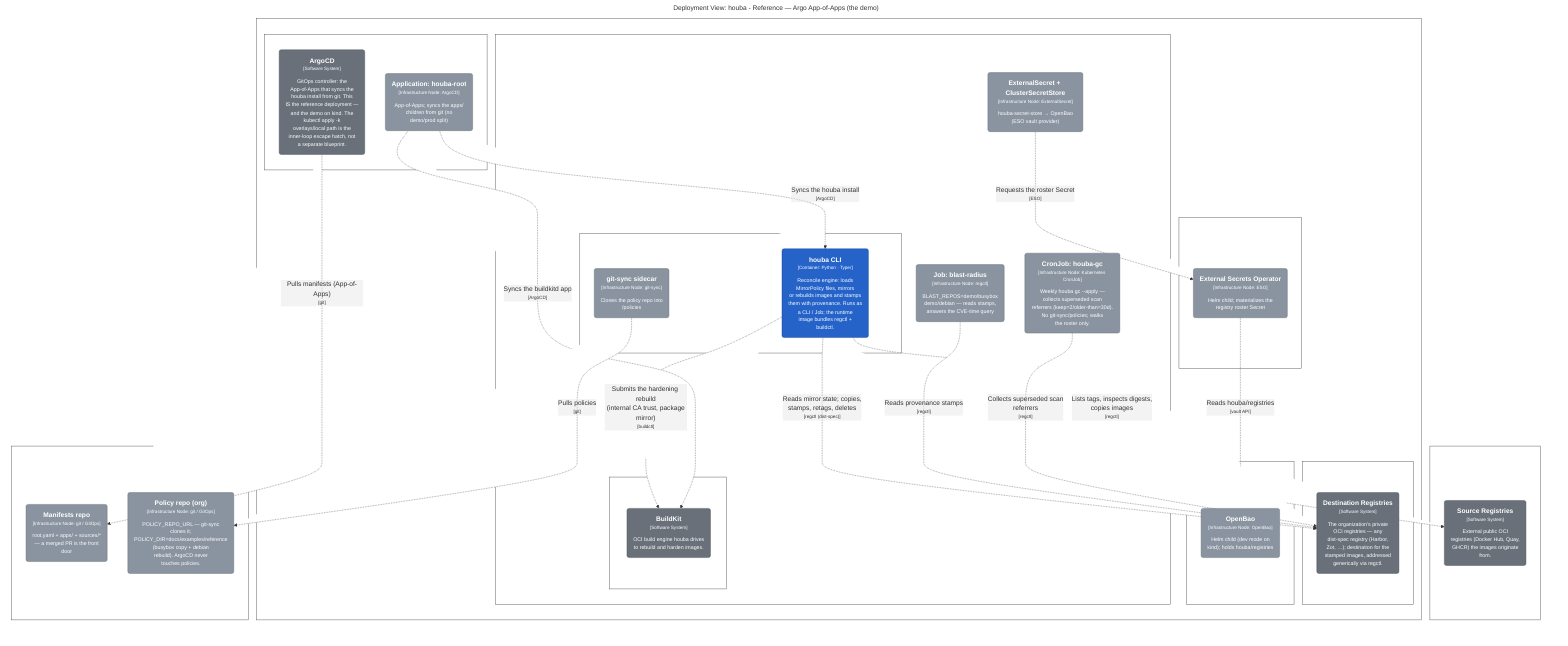
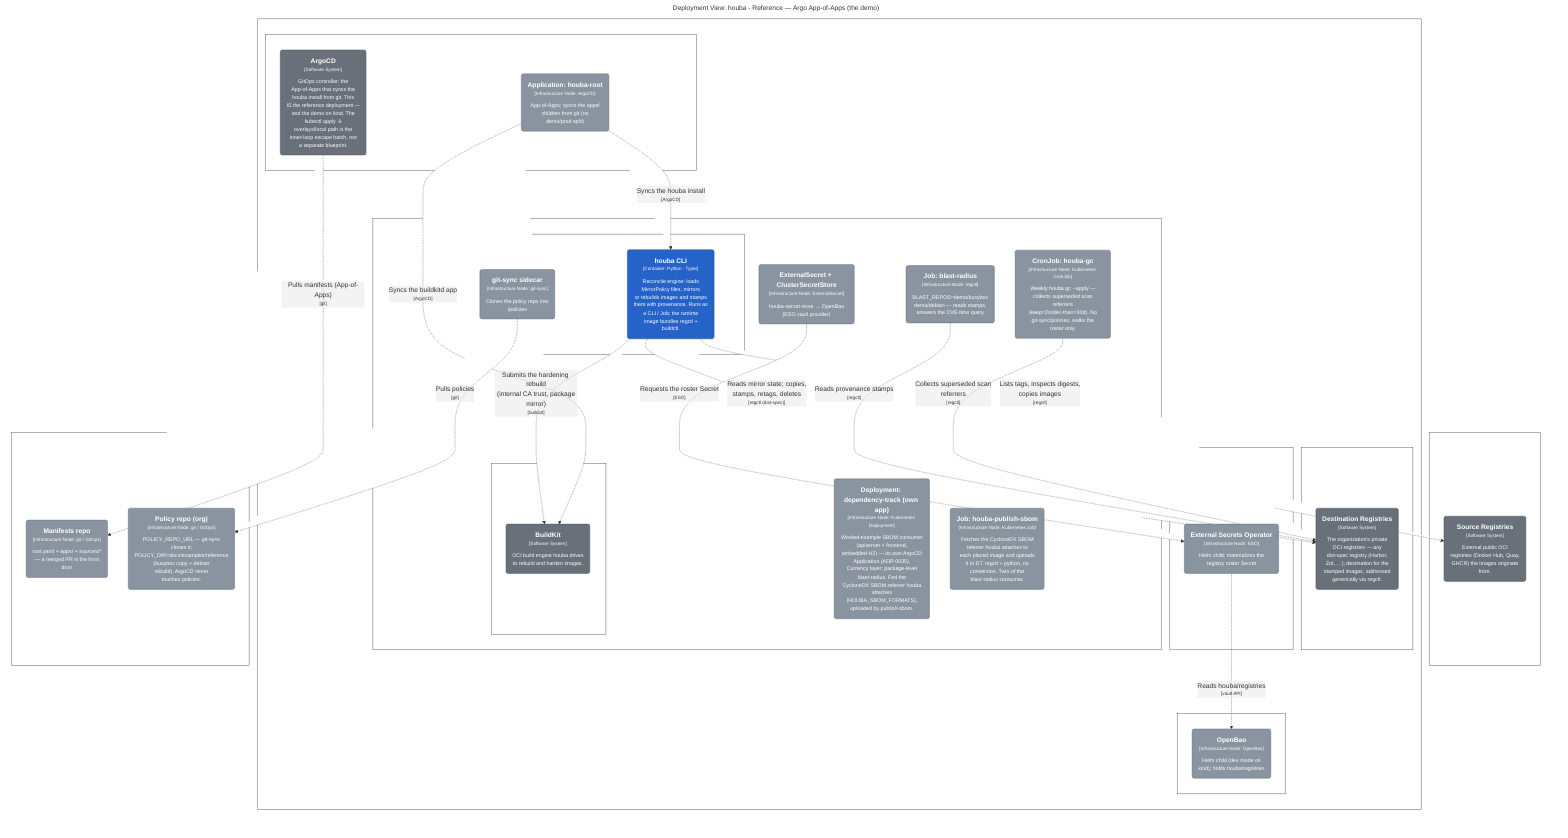
graph LR
  linkStyle default fill:#ffffff

  subgraph diagram ["Deployment View: houba - Reference — Argo App-of-Apps (the demo)"]
    style diagram fill:#ffffff,stroke:#ffffff

-     subgraph 149 ["Git host"]
-       style 149 fill:#ffffff,stroke:#444444,color:#ffffff
+     subgraph 170 ["Git host"]
+       style 170 fill:#ffffff,stroke:#444444,color:#ffffff

-       150("<div style='font-weight: bold'>Manifests repo</div><div style='font-size: 70%; margin-top: 0px'>[Infrastructure Node: git / GitOps]</div><div style='font-size: 80%; margin-top:10px'>root.yaml + apps/ + sources/*<br />— a merged PR is the front<br />door</div>")
-       style 150 fill:#8a94a0,stroke:#606770,color:#ffffff
-       151("<div style='font-weight: bold'>Policy repo (org)</div><div style='font-size: 70%; margin-top: 0px'>[Infrastructure Node: git / GitOps]</div><div style='font-size: 80%; margin-top:10px'>POLICY_REPO_URL — git-sync<br />clones it;<br />POLICY_DIR=docs/examples/reference<br />(busybox copy + debian<br />rebuild). ArgoCD never<br />touches policies.</div>")
-       style 151 fill:#8a94a0,stroke:#606770,color:#ffffff
+       171("<div style='font-weight: bold'>Manifests repo</div><div style='font-size: 70%; margin-top: 0px'>[Infrastructure Node: git / GitOps]</div><div style='font-size: 80%; margin-top:10px'>root.yaml + apps/ + sources/*<br />— a merged PR is the front<br />door</div>")
+       style 171 fill:#8a94a0,stroke:#606770,color:#ffffff
+       172("<div style='font-weight: bold'>Policy repo (org)</div><div style='font-size: 70%; margin-top: 0px'>[Infrastructure Node: git / GitOps]</div><div style='font-size: 80%; margin-top:10px'>POLICY_REPO_URL — git-sync<br />clones it;<br />POLICY_DIR=docs/examples/reference<br />(busybox copy + debian<br />rebuild). ArgoCD never<br />touches policies.</div>")
+       style 172 fill:#8a94a0,stroke:#606770,color:#ffffff
    end

-     subgraph 152 ["Kubernetes cluster"]
-       style 152 fill:#ffffff,stroke:#444444,color:#ffffff
+     subgraph 173 ["Kubernetes cluster"]
+       style 173 fill:#ffffff,stroke:#444444,color:#ffffff

-       subgraph 153 ["namespace: argocd"]
-         style 153 fill:#ffffff,stroke:#444444,color:#ffffff
+       subgraph 174 ["namespace: argocd"]
+         style 174 fill:#ffffff,stroke:#444444,color:#ffffff

-         154("<div style='font-weight: bold'>Application: houba-root</div><div style='font-size: 70%; margin-top: 0px'>[Infrastructure Node: ArgoCD]</div><div style='font-size: 80%; margin-top:10px'>App-of-Apps; syncs the apps/<br />children from git (no<br />demo/prod split)</div>")
-         style 154 fill:#8a94a0,stroke:#606770,color:#ffffff
-         155("<div style='font-weight: bold'>ArgoCD</div><div style='font-size: 70%; margin-top: 0px'>[Software System]</div><div style='font-size: 80%; margin-top:10px'>GitOps controller: the<br />App-of-Apps that syncs the<br />houba install from git. This<br />IS the reference deployment —<br />and the demo on kind. The<br />kubectl apply -k<br />overlays/local path is the<br />inner-loop escape hatch, not<br />a separate blueprint.</div>")
-         style 155 fill:#69707a,stroke:#494e55,color:#ffffff
+         175("<div style='font-weight: bold'>Application: houba-root</div><div style='font-size: 70%; margin-top: 0px'>[Infrastructure Node: ArgoCD]</div><div style='font-size: 80%; margin-top:10px'>App-of-Apps; syncs the apps/<br />children from git (no<br />demo/prod split)</div>")
+         style 175 fill:#8a94a0,stroke:#606770,color:#ffffff
+         176("<div style='font-weight: bold'>ArgoCD</div><div style='font-size: 70%; margin-top: 0px'>[Software System]</div><div style='font-size: 80%; margin-top:10px'>GitOps controller: the<br />App-of-Apps that syncs the<br />houba install from git. This<br />IS the reference deployment —<br />and the demo on kind. The<br />kubectl apply -k<br />overlays/local path is the<br />inner-loop escape hatch, not<br />a separate blueprint.</div>")
+         style 176 fill:#69707a,stroke:#494e55,color:#ffffff
      end

-       subgraph 156 ["namespace: houba"]
-         style 156 fill:#ffffff,stroke:#444444,color:#ffffff
+       subgraph 177 ["namespace: houba"]
+         style 177 fill:#ffffff,stroke:#444444,color:#ffffff

-         subgraph 157 ["CronJob: houba-reconcile"]
-           style 157 fill:#ffffff,stroke:#444444,color:#ffffff
+         subgraph 178 ["CronJob: houba-reconcile"]
+           style 178 fill:#ffffff,stroke:#444444,color:#ffffff

-           158("<div style='font-weight: bold'>houba CLI</div><div style='font-size: 70%; margin-top: 0px'>[Container: Python · Typer]</div><div style='font-size: 80%; margin-top:10px'>Reconcile engine: loads<br />MirrorPolicy files, mirrors<br />or rebuilds images and stamps<br />them with provenance. Runs as<br />a CLI / Job; the runtime<br />image bundles regctl +<br />buildctl.</div>")
-           style 158 fill:#2563c9,stroke:#19458c,color:#ffffff
-           159("<div style='font-weight: bold'>git-sync sidecar</div><div style='font-size: 70%; margin-top: 0px'>[Infrastructure Node: git-sync]</div><div style='font-size: 80%; margin-top:10px'>Clones the policy repo into<br />/policies</div>")
-           style 159 fill:#8a94a0,stroke:#606770,color:#ffffff
+           179("<div style='font-weight: bold'>houba CLI</div><div style='font-size: 70%; margin-top: 0px'>[Container: Python · Typer]</div><div style='font-size: 80%; margin-top:10px'>Reconcile engine: loads<br />MirrorPolicy files, mirrors<br />or rebuilds images and stamps<br />them with provenance. Runs as<br />a CLI / Job; the runtime<br />image bundles regctl +<br />buildctl.</div>")
+           style 179 fill:#2563c9,stroke:#19458c,color:#ffffff
+           180("<div style='font-weight: bold'>git-sync sidecar</div><div style='font-size: 70%; margin-top: 0px'>[Infrastructure Node: git-sync]</div><div style='font-size: 80%; margin-top:10px'>Clones the policy repo into<br />/policies</div>")
+           style 180 fill:#8a94a0,stroke:#606770,color:#ffffff
        end

-         subgraph 160 ["Deployment: buildkitd (own app)"]
-           style 160 fill:#ffffff,stroke:#444444,color:#ffffff
+         subgraph 181 ["Deployment: buildkitd (own app)"]
+           style 181 fill:#ffffff,stroke:#444444,color:#ffffff

-           161("<div style='font-weight: bold'>BuildKit</div><div style='font-size: 70%; margin-top: 0px'>[Software System]</div><div style='font-size: 80%; margin-top:10px'>OCI build engine houba drives<br />to rebuild and harden images.</div>")
-           style 161 fill:#69707a,stroke:#494e55,color:#ffffff
+           182("<div style='font-weight: bold'>BuildKit</div><div style='font-size: 70%; margin-top: 0px'>[Software System]</div><div style='font-size: 80%; margin-top:10px'>OCI build engine houba drives<br />to rebuild and harden images.</div>")
+           style 182 fill:#69707a,stroke:#494e55,color:#ffffff
        end

-         163("<div style='font-weight: bold'>ExternalSecret + ClusterSecretStore</div><div style='font-size: 70%; margin-top: 0px'>[Infrastructure Node: ExternalSecret]</div><div style='font-size: 80%; margin-top:10px'>houba-secret-store → OpenBao<br />(ESO vault provider)</div>")
-         style 163 fill:#8a94a0,stroke:#606770,color:#ffffff
-         164("<div style='font-weight: bold'>Job: blast-radius</div><div style='font-size: 70%; margin-top: 0px'>[Infrastructure Node: regctl]</div><div style='font-size: 80%; margin-top:10px'>BLAST_REPOS=demo/busybox<br />demo/debian — reads stamps,<br />answers the CVE-time query</div>")
-         style 164 fill:#8a94a0,stroke:#606770,color:#ffffff
-         171("<div style='font-weight: bold'>CronJob: houba-gc</div><div style='font-size: 70%; margin-top: 0px'>[Infrastructure Node: Kubernetes CronJob]</div><div style='font-size: 80%; margin-top:10px'>Weekly houba gc --apply —<br />collects superseded scan<br />referrers (keep=2/older-than=30d).<br />No git-sync/policies; walks<br />the roster only.</div>")
-         style 171 fill:#8a94a0,stroke:#606770,color:#ffffff
+         184("<div style='font-weight: bold'>ExternalSecret + ClusterSecretStore</div><div style='font-size: 70%; margin-top: 0px'>[Infrastructure Node: ExternalSecret]</div><div style='font-size: 80%; margin-top:10px'>houba-secret-store → OpenBao<br />(ESO vault provider)</div>")
+         style 184 fill:#8a94a0,stroke:#606770,color:#ffffff
+         185("<div style='font-weight: bold'>Job: blast-radius</div><div style='font-size: 70%; margin-top: 0px'>[Infrastructure Node: regctl]</div><div style='font-size: 80%; margin-top:10px'>BLAST_REPOS=demo/busybox<br />demo/debian — reads stamps,<br />answers the CVE-time query</div>")
+         style 185 fill:#8a94a0,stroke:#606770,color:#ffffff
+         186("<div style='font-weight: bold'>CronJob: houba-gc</div><div style='font-size: 70%; margin-top: 0px'>[Infrastructure Node: Kubernetes CronJob]</div><div style='font-size: 80%; margin-top:10px'>Weekly houba gc --apply —<br />collects superseded scan<br />referrers<br />(keep=2/older-than=30d). No<br />git-sync/policies; walks the<br />roster only.</div>")
+         style 186 fill:#8a94a0,stroke:#606770,color:#ffffff
+         187("<div style='font-weight: bold'>Deployment: dependency-track (own app)</div><div style='font-size: 70%; margin-top: 0px'>[Infrastructure Node: Kubernetes Deployment]</div><div style='font-size: 80%; margin-top:10px'>Worked-example SBOM consumer<br />(apiserver + frontend,<br />embedded H2) — its own ArgoCD<br />Application (ADR 0035).<br />Currency layer: package-level<br />blast-radius. Fed the<br />CycloneDX SBOM referrer houba<br />attaches<br />(HOUBA_SBOM_FORMATS),<br />uploaded by publish-sbom.</div>")
+         style 187 fill:#8a94a0,stroke:#606770,color:#ffffff
+         188("<div style='font-weight: bold'>Job: houba-publish-sbom</div><div style='font-size: 70%; margin-top: 0px'>[Infrastructure Node: Kubernetes Job]</div><div style='font-size: 80%; margin-top:10px'>Fetches the CycloneDX SBOM<br />referrer houba attaches to<br />each placed image and uploads<br />it to DT. regctl + python, no<br />conversion. Twin of the<br />blast-radius consumer.</div>")
+         style 188 fill:#8a94a0,stroke:#606770,color:#ffffff
      end

-       subgraph 165 ["namespace: external-secrets"]
-         style 165 fill:#ffffff,stroke:#444444,color:#ffffff
+       subgraph 189 ["namespace: external-secrets"]
+         style 189 fill:#ffffff,stroke:#444444,color:#ffffff

-         166("<div style='font-weight: bold'>External Secrets Operator</div><div style='font-size: 70%; margin-top: 0px'>[Infrastructure Node: ESO]</div><div style='font-size: 80%; margin-top:10px'>Helm child; materializes the<br />registry roster Secret</div>")
-         style 166 fill:#8a94a0,stroke:#606770,color:#ffffff
+         190("<div style='font-weight: bold'>External Secrets Operator</div><div style='font-size: 70%; margin-top: 0px'>[Infrastructure Node: ESO]</div><div style='font-size: 80%; margin-top:10px'>Helm child; materializes the<br />registry roster Secret</div>")
+         style 190 fill:#8a94a0,stroke:#606770,color:#ffffff
      end

-       subgraph 167 ["namespace: openbao"]
-         style 167 fill:#ffffff,stroke:#444444,color:#ffffff
+       subgraph 191 ["namespace: openbao"]
+         style 191 fill:#ffffff,stroke:#444444,color:#ffffff

-         168("<div style='font-weight: bold'>OpenBao</div><div style='font-size: 70%; margin-top: 0px'>[Infrastructure Node: OpenBao]</div><div style='font-size: 80%; margin-top:10px'>Helm child (dev mode on<br />kind); holds houba/registries</div>")
-         style 168 fill:#8a94a0,stroke:#606770,color:#ffffff
+         192("<div style='font-weight: bold'>OpenBao</div><div style='font-size: 70%; margin-top: 0px'>[Infrastructure Node: OpenBao]</div><div style='font-size: 80%; margin-top:10px'>Helm child (dev mode on<br />kind); holds houba/registries</div>")
+         style 192 fill:#8a94a0,stroke:#606770,color:#ffffff
      end

-       subgraph 169 ["namespace: registry"]
-         style 169 fill:#ffffff,stroke:#444444,color:#ffffff
+       subgraph 193 ["namespace: registry"]
+         style 193 fill:#ffffff,stroke:#444444,color:#ffffff

-         170("<div style='font-weight: bold'>Destination Registries</div><div style='font-size: 70%; margin-top: 0px'>[Software System]</div><div style='font-size: 80%; margin-top:10px'>The organization's private<br />OCI registries — any<br />dist-spec registry (Harbor,<br />Zot, …); destination for the<br />stamped images, addressed<br />generically via regctl.</div>")
-         style 170 fill:#69707a,stroke:#494e55,color:#ffffff
+         194("<div style='font-weight: bold'>Destination Registries</div><div style='font-size: 70%; margin-top: 0px'>[Software System]</div><div style='font-size: 80%; margin-top:10px'>The organization's private<br />OCI registries — any<br />dist-spec registry (Harbor,<br />Zot, …); destination for the<br />stamped images, addressed<br />generically via regctl.</div>")
+         style 194 fill:#69707a,stroke:#494e55,color:#ffffff
      end

    end

-     subgraph 172 ["Internet / org network"]
-       style 172 fill:#ffffff,stroke:#444444,color:#ffffff
+     subgraph 196 ["Internet / org network"]
+       style 196 fill:#ffffff,stroke:#444444,color:#ffffff

-       173("<div style='font-weight: bold'>Source Registries</div><div style='font-size: 70%; margin-top: 0px'>[Software System]</div><div style='font-size: 80%; margin-top:10px'>External public OCI<br />registries (Docker Hub, Quay,<br />GHCR) the images originate<br />from.</div>")
-       style 173 fill:#69707a,stroke:#494e55,color:#ffffff
+       197("<div style='font-weight: bold'>Source Registries</div><div style='font-size: 70%; margin-top: 0px'>[Software System]</div><div style='font-size: 80%; margin-top:10px'>External public OCI<br />registries (Docker Hub, Quay,<br />GHCR) the images originate<br />from.</div>")
+       style 197 fill:#69707a,stroke:#494e55,color:#ffffff
    end

-     158-. "<div>Submits the hardening rebuild<br />(internal CA trust, package<br />mirror)</div><div style='font-size: 70%'>[buildctl]</div>" .->161
-     158-. "<div>Reads mirror state; copies,<br />stamps, retags, deletes</div><div style='font-size: 70%'>[regctl (dist-spec)]</div>" .->170
-     158-. "<div>Lists tags, inspects digests,<br />copies images</div><div style='font-size: 70%'>[regctl]</div>" .->173
-     155-. "<div>Pulls manifests (App-of-Apps)</div><div style='font-size: 70%'>[git]</div>" .->150
-     154-. "<div>Syncs the houba install</div><div style='font-size: 70%'>[ArgoCD]</div>" .->158
-     154-. "<div>Syncs the buildkitd app</div><div style='font-size: 70%'>[ArgoCD]</div>" .->161
-     166-. "<div>Reads houba/registries</div><div style='font-size: 70%'>[vault API]</div>" .->168
-     163-. "<div>Requests the roster Secret</div><div style='font-size: 70%'>[ESO]</div>" .->166
-     159-. "<div>Pulls policies</div><div style='font-size: 70%'>[git]</div>" .->151
-     164-. "<div>Reads provenance stamps</div><div style='font-size: 70%'>[regctl]</div>" .->170
-     171-. "<div>Collects superseded scan<br />referrers</div><div style='font-size: 70%'>[regctl]</div>" .->170
+     179-. "<div>Submits the hardening rebuild<br />(internal CA trust, package<br />mirror)</div><div style='font-size: 70%'>[buildctl]</div>" .->182
+     179-. "<div>Reads mirror state; copies,<br />stamps, retags, deletes</div><div style='font-size: 70%'>[regctl (dist-spec)]</div>" .->194
+     179-. "<div>Lists tags, inspects digests,<br />copies images</div><div style='font-size: 70%'>[regctl]</div>" .->197
+     176-. "<div>Pulls manifests (App-of-Apps)</div><div style='font-size: 70%'>[git]</div>" .->171
+     175-. "<div>Syncs the houba install</div><div style='font-size: 70%'>[ArgoCD]</div>" .->179
+     175-. "<div>Syncs the buildkitd app</div><div style='font-size: 70%'>[ArgoCD]</div>" .->182
+     190-. "<div>Reads houba/registries</div><div style='font-size: 70%'>[vault API]</div>" .->192
+     184-. "<div>Requests the roster Secret</div><div style='font-size: 70%'>[ESO]</div>" .->190
+     180-. "<div>Pulls policies</div><div style='font-size: 70%'>[git]</div>" .->172
+     185-. "<div>Reads provenance stamps</div><div style='font-size: 70%'>[regctl]</div>" .->194
+     186-. "<div>Collects superseded scan<br />referrers</div><div style='font-size: 70%'>[regctl]</div>" .->194

  end